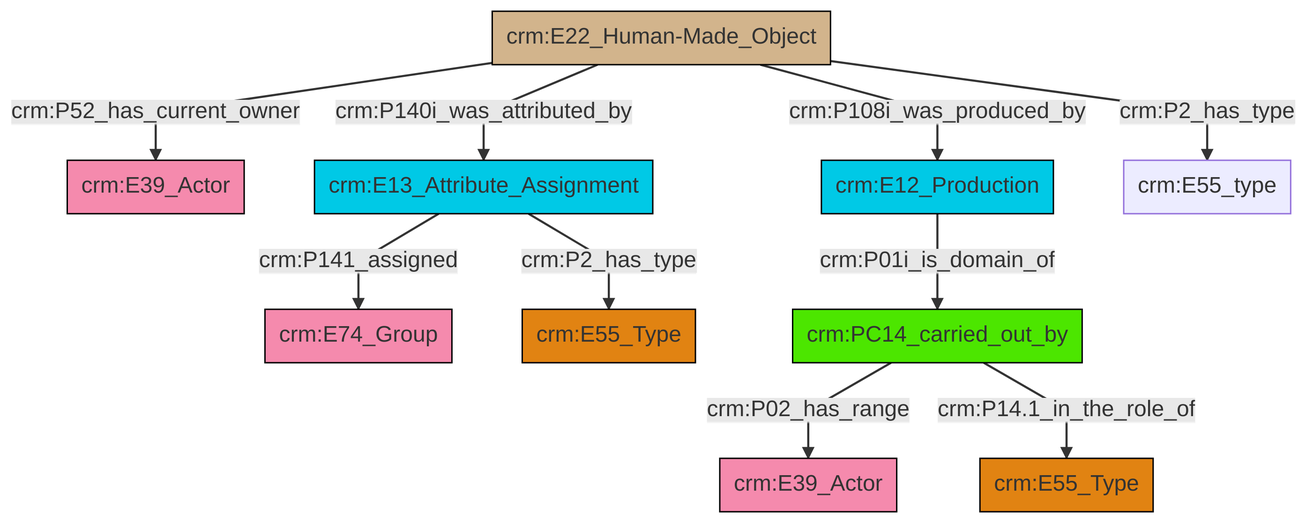
Before: et/builtWorkCSV/ttl/mmd/png/Built_Work_actor_relations.png, a diagram exported from Mermaid (swiss-art-research-net/docs.swissartresearch). Its source is kept beside it as et/builtWorkCSV/ttl/mmd/Built_Work_actor_relations.ttl.mmd.
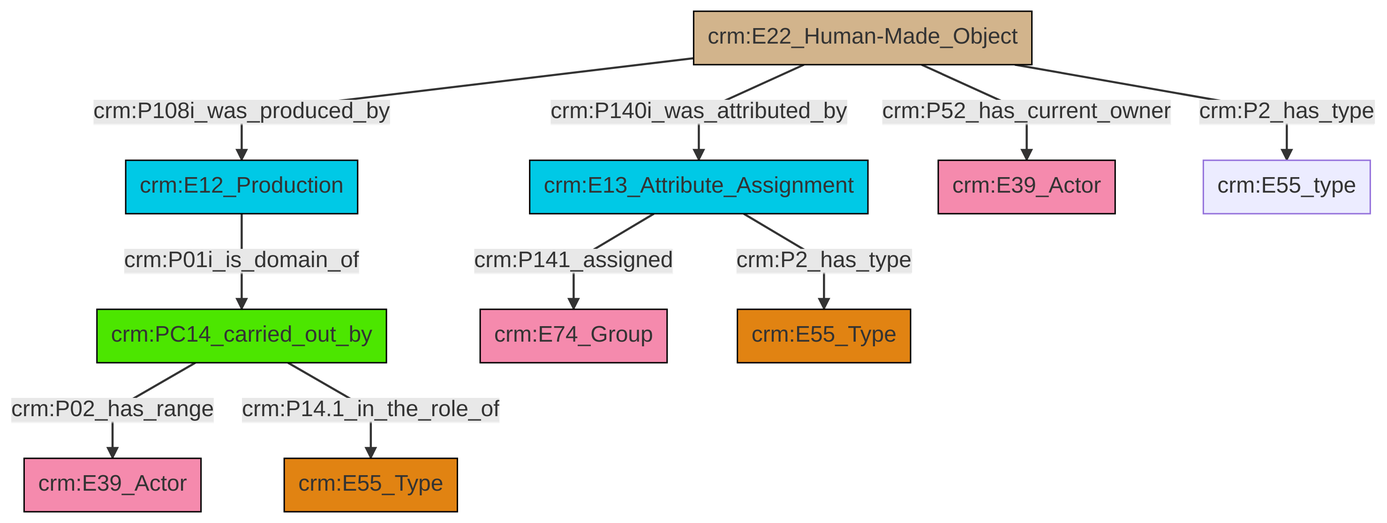
After the commit.

Change to the diagram source:
```diff
@@ -13,12 +13,12 @@
 classDef PC_Classes fill:#4ce600, stroke:#000000;
 classDef Multi fill:#cccccc,stroke:#000000;
 
-10["crm:E22_Human-Made_Object"]:::Physical_Thing -->|crm:P140i_was_attributed_by| 11["crm:E13_Attribute_Assignment"]:::Temporal_Entity
-11["crm:E13_Attribute_Assignment"]:::Temporal_Entity -->|crm:P2_has_type| 8["crm:E55_Type"]:::Type
-11["crm:E13_Attribute_Assignment"]:::Temporal_Entity -->|crm:P141_assigned| 2["crm:E74_Group"]:::Actor
-10["crm:E22_Human-Made_Object"]:::Physical_Thing -->|crm:P52_has_current_owner| 0["crm:E39_Actor"]:::Actor
-14["crm:E12_Production"]:::Temporal_Entity -->|crm:P01i_is_domain_of| 15["crm:PC14_carried_out_by"]:::PC_Classes
-10["crm:E22_Human-Made_Object"]:::Physical_Thing -->|crm:P2_has_type| 16["crm:E55_type"]:::Default
-15["crm:PC14_carried_out_by"]:::PC_Classes -->|crm:P02_has_range| 4["crm:E39_Actor"]:::Actor
-15["crm:PC14_carried_out_by"]:::PC_Classes -->|crm:P14.1_in_the_role_of| 6["crm:E55_Type"]:::Type
-10["crm:E22_Human-Made_Object"]:::Physical_Thing -->|crm:P108i_was_produced_by| 14["crm:E12_Production"]:::Temporal_Entity
+6["crm:PC14_carried_out_by"]:::PC_Classes -->|crm:P02_has_range| 7["crm:E39_Actor"]:::Actor
+8["crm:E22_Human-Made_Object"]:::Physical_Thing -->|crm:P108i_was_produced_by| 9["crm:E12_Production"]:::Temporal_Entity
+8["crm:E22_Human-Made_Object"]:::Physical_Thing -->|crm:P140i_was_attributed_by| 10["crm:E13_Attribute_Assignment"]:::Temporal_Entity
+8["crm:E22_Human-Made_Object"]:::Physical_Thing -->|crm:P52_has_current_owner| 4["crm:E39_Actor"]:::Actor
+8["crm:E22_Human-Made_Object"]:::Physical_Thing -->|crm:P2_has_type| 2["crm:E55_type"]:::Default
+9["crm:E12_Production"]:::Temporal_Entity -->|crm:P01i_is_domain_of| 6["crm:PC14_carried_out_by"]:::PC_Classes
+10["crm:E13_Attribute_Assignment"]:::Temporal_Entity -->|crm:P141_assigned| 18["crm:E74_Group"]:::Actor
+6["crm:PC14_carried_out_by"]:::PC_Classes -->|crm:P14.1_in_the_role_of| 16["crm:E55_Type"]:::Type
+10["crm:E13_Attribute_Assignment"]:::Temporal_Entity -->|crm:P2_has_type| 0["crm:E55_Type"]:::Type
```
